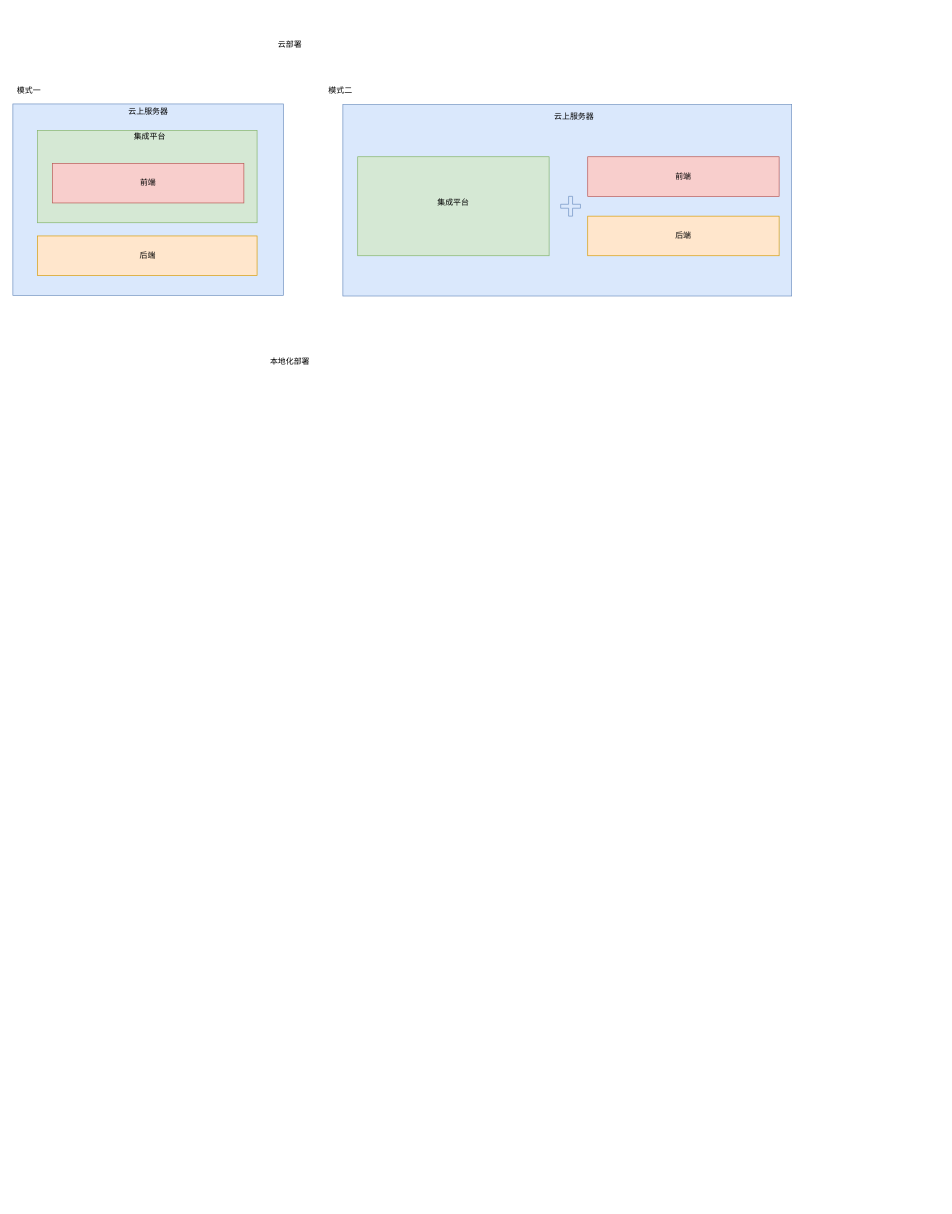
Before: 集成平台部署模式.drawio in meterXu/drawiofile, a draw.io diagram. Source tidied: cells renumbered, new cells numbered last; positions are measured from the earlier drawing's top-left corner, leaving out a move shared by most shapes. Both pictures are drawn from the tidied source at 66%, with x=0, y=0 at pixel (11, 38).
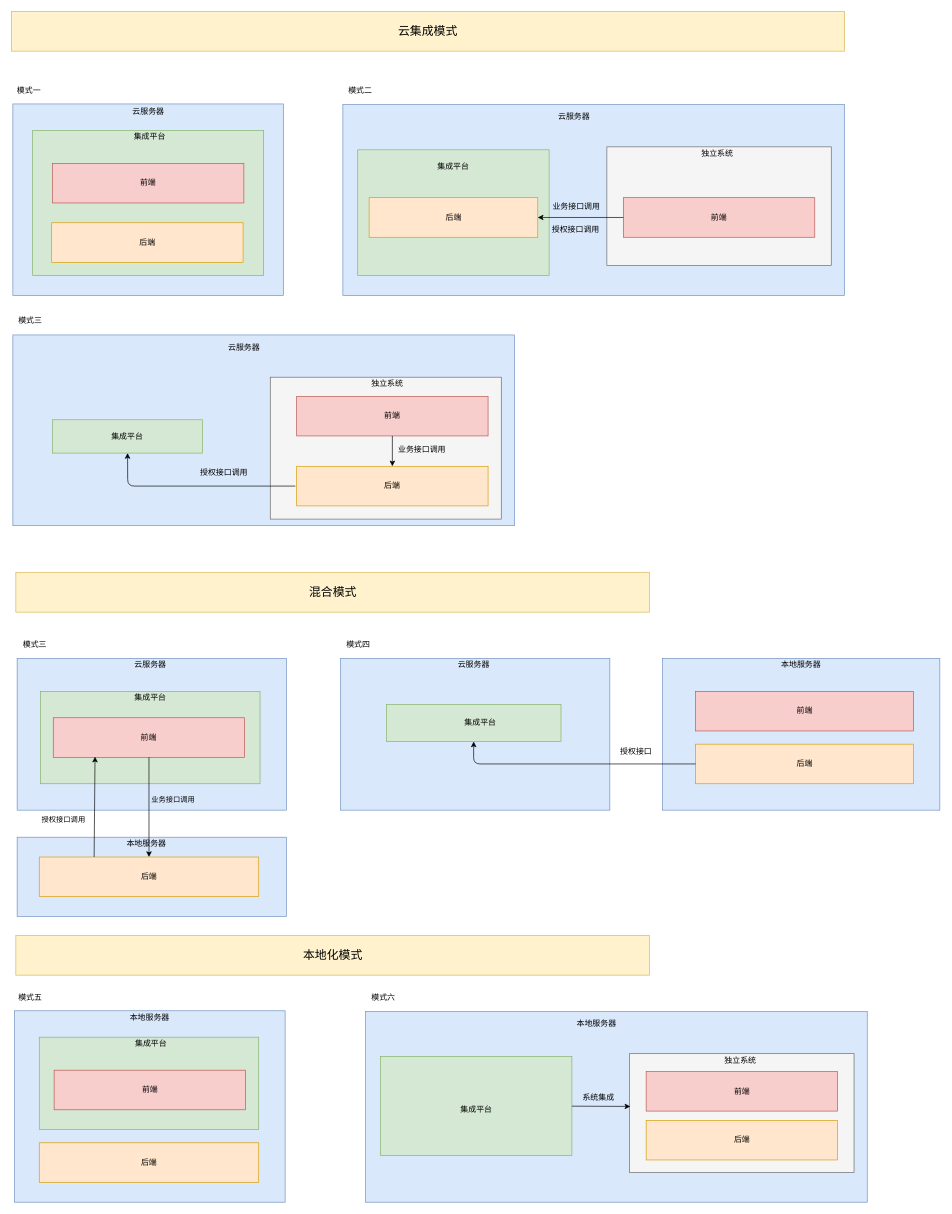
After the change.

Commit message:
更新集成平台部署模式.drawio

Diff of the diagram source:
```diff
@@
     <mxCell id="2" style="rounded=0;whiteSpace=wrap;html=1;fillColor=#dae8fc;strokeColor=#6c8ebf;" parent="1" vertex="1">
-      <mxGeometry x="502" y="101" width="680" height="290" as="geometry" />
+      <mxGeometry x="502" y="101" width="760" height="289" as="geometry" />
     </mxCell>
@@
-    <mxCell id="5" value="云上服务器" style="text;html=1;strokeColor=none;fillColor=none;align=center;verticalAlign=middle;whiteSpace=wrap;rounded=0;" parent="1" vertex="1">
+    <mxCell id="5" value="云服务器" style="text;html=1;strokeColor=none;fillColor=none;align=center;verticalAlign=middle;whiteSpace=wrap;rounded=0;" parent="1" vertex="1">
       <mxGeometry x="169.5" y="101" width="75" height="20" as="geometry" />
     </mxCell>
     <mxCell id="6" style="rounded=0;whiteSpace=wrap;html=1;fillColor=#d5e8d4;strokeColor=#82b366;" parent="1" vertex="1">
-      <mxGeometry x="39.5" y="140" width="332.5" height="140" as="geometry" />
+      <mxGeometry x="32" y="140" width="350" height="220" as="geometry" />
     </mxCell>
@@
     <mxCell id="9" value="后端" style="rounded=0;whiteSpace=wrap;html=1;fillColor=#ffe6cc;strokeColor=#d79b00;" parent="1" vertex="1">
-      <mxGeometry x="39.5" y="300" width="332.5" height="60" as="geometry" />
+      <mxGeometry x="60.8" y="280" width="290" height="60" as="geometry" />
     </mxCell>
     <mxCell id="10" value="模式二" style="text;html=1;strokeColor=none;fillColor=none;align=center;verticalAlign=middle;whiteSpace=wrap;rounded=0;" parent="1" vertex="1">
-      <mxGeometry x="472" y="70" width="52.5" height="20" as="geometry" />
+      <mxGeometry x="502" y="70" width="52.5" height="20" as="geometry" />
     </mxCell>
-    <mxCell id="11" style="shape=cross;whiteSpace=wrap;html=1;fontFamily=Helvetica;fontSize=12;fontColor=#000000;align=center;strokeColor=#6c8ebf;fillColor=#dae8fc;" parent="1" vertex="1">
-      <mxGeometry x="832" y="240" width="30" height="30" as="geometry" />
-    </mxCell>
-    <mxCell id="12" value="云上服务器" style="text;html=1;strokeColor=none;fillColor=none;align=center;verticalAlign=middle;whiteSpace=wrap;rounded=0;" parent="1" vertex="1">
+    <mxCell id="12" value="云服务器" style="text;html=1;strokeColor=none;fillColor=none;align=center;verticalAlign=middle;whiteSpace=wrap;rounded=0;" parent="1" vertex="1">
       <mxGeometry x="814.5" y="110" width="75" height="20" as="geometry" />
     </mxCell>
     <mxCell id="13" style="rounded=0;whiteSpace=wrap;html=1;fillColor=#d5e8d4;strokeColor=#82b366;" parent="1" vertex="1">
-      <mxGeometry x="524.5" y="180" width="290" height="150" as="geometry" />
+      <mxGeometry x="524.5" y="169.5" width="290" height="190.5" as="geometry" />
     </mxCell>
     <mxCell id="14" value="集成平台" style="text;html=1;strokeColor=none;fillColor=none;align=center;verticalAlign=middle;whiteSpace=wrap;rounded=0;" parent="1" vertex="1">
-      <mxGeometry x="632" y="240" width="75" height="20" as="geometry" />
+      <mxGeometry x="632" y="185" width="75" height="20" as="geometry" />
     </mxCell>
+    <mxCell id="19" style="rounded=0;whiteSpace=wrap;html=1;fillColor=#f5f5f5;strokeColor=#666666;fontColor=#333333;" parent="1" vertex="1">
+      <mxGeometry x="902" y="165" width="340" height="180" as="geometry" />
+    </mxCell>
     <mxCell id="15" value="前端" style="rounded=0;whiteSpace=wrap;html=1;fillColor=#f8cecc;strokeColor=#b85450;" parent="1" vertex="1">
-      <mxGeometry x="873" y="180" width="290" height="60" as="geometry" />
+      <mxGeometry x="927" y="242" width="290" height="60" as="geometry" />
     </mxCell>
     <mxCell id="16" value="后端" style="rounded=0;whiteSpace=wrap;html=1;fillColor=#ffe6cc;strokeColor=#d79b00;" parent="1" vertex="1">
-      <mxGeometry x="873" y="270" width="290" height="60" as="geometry" />
+      <mxGeometry x="541.8" y="242" width="255.5" height="60" as="geometry" />
     </mxCell>
-    <mxCell id="17" value="云部署" style="text;html=1;strokeColor=none;fillColor=none;align=center;verticalAlign=middle;whiteSpace=wrap;rounded=0;" parent="1" vertex="1">
-      <mxGeometry x="272" width="300" height="20" as="geometry" />
-    </mxCell>
-    <mxCell id="18" value="本地化部署" style="text;html=1;strokeColor=none;fillColor=none;align=center;verticalAlign=middle;whiteSpace=wrap;rounded=0;" parent="1" vertex="1">
-      <mxGeometry x="272" y="480" width="300" height="20" as="geometry" />
-    </mxCell>
+    <mxCell id="20" value="独立系统" style="text;html=1;strokeColor=none;fillColor=none;align=center;verticalAlign=middle;whiteSpace=wrap;rounded=0;" parent="1" vertex="1">
+      <mxGeometry x="1032" y="165" width="75" height="20" as="geometry" />
+    </mxCell>
+    <mxCell id="21" style="endArrow=classic;html=1;entryX=1;entryY=0.5;entryDx=0;entryDy=0;exitX=0;exitY=0.5;exitDx=0;exitDy=0;" parent="1" edge="1" source="15" target="16">
+      <mxGeometry relative="1" as="geometry" />
+    </mxCell>
+    <mxCell id="22" style="rounded=0;whiteSpace=wrap;html=1;fillColor=#dae8fc;strokeColor=#6c8ebf;" parent="1" vertex="1">
+      <mxGeometry x="8.5" y="940" width="408" height="230" as="geometry" />
+    </mxCell>
+    <mxCell id="23" value="&lt;font style=&quot;font-size: 18px&quot;&gt;云集成模式&lt;/font&gt;" style="rounded=0;whiteSpace=wrap;html=1;fillColor=#fff2cc;strokeColor=#d6b656;" parent="1" vertex="1">
+      <mxGeometry y="-40" width="1262" height="60" as="geometry" />
+    </mxCell>
+    <mxCell id="24" value="&lt;font style=&quot;font-size: 18px&quot;&gt;混合模式&lt;/font&gt;" style="rounded=0;whiteSpace=wrap;html=1;fillColor=#fff2cc;strokeColor=#d6b656;" parent="1" vertex="1">
+      <mxGeometry x="6.5" y="810" width="960" height="60" as="geometry" />
+    </mxCell>
+    <mxCell id="25" value="模式三" style="text;html=1;strokeColor=none;fillColor=none;align=center;verticalAlign=middle;whiteSpace=wrap;rounded=0;" parent="1" vertex="1">
+      <mxGeometry x="8.5" y="910" width="52.5" height="20" as="geometry" />
+    </mxCell>
+    <mxCell id="26" style="rounded=0;whiteSpace=wrap;html=1;fillColor=#d5e8d4;strokeColor=#82b366;" parent="1" vertex="1">
+      <mxGeometry x="44" y="990" width="332.5" height="140" as="geometry" />
+    </mxCell>
+    <mxCell id="27" value="前端" style="rounded=0;whiteSpace=wrap;html=1;fillColor=#f8cecc;strokeColor=#b85450;" parent="1" vertex="1">
+      <mxGeometry x="63.2" y="1030" width="290" height="60" as="geometry" />
+    </mxCell>
+    <mxCell id="28" value="云服务器" style="text;html=1;strokeColor=none;fillColor=none;align=center;verticalAlign=middle;whiteSpace=wrap;rounded=0;" parent="1" vertex="1">
+      <mxGeometry x="172.8" y="940" width="75" height="20" as="geometry" />
+    </mxCell>
+    <mxCell id="29" value="集成平台" style="text;html=1;strokeColor=none;fillColor=none;align=center;verticalAlign=middle;whiteSpace=wrap;rounded=0;" parent="1" vertex="1">
+      <mxGeometry x="172.8" y="990" width="75" height="20" as="geometry" />
+    </mxCell>
+    <mxCell id="30" style="rounded=0;whiteSpace=wrap;html=1;fillColor=#dae8fc;strokeColor=#6c8ebf;" parent="1" vertex="1">
+      <mxGeometry x="8.5" y="1211" width="408" height="120" as="geometry" />
+    </mxCell>
+    <mxCell id="31" value="后端" style="rounded=0;whiteSpace=wrap;html=1;fillColor=#ffe6cc;strokeColor=#d79b00;" parent="1" vertex="1">
+      <mxGeometry x="42" y="1241" width="332.5" height="60" as="geometry" />
+    </mxCell>
+    <mxCell id="32" value="本地服务器" style="text;html=1;strokeColor=none;fillColor=none;align=center;verticalAlign=middle;whiteSpace=wrap;rounded=0;" parent="1" vertex="1">
+      <mxGeometry x="166.5" y="1211" width="75" height="20" as="geometry" />
+    </mxCell>
+    <mxCell id="33" style="endArrow=classic;html=1;exitX=0.5;exitY=1;exitDx=0;exitDy=0;entryX=0.5;entryY=0;entryDx=0;entryDy=0;" parent="1" edge="1" source="27" target="31">
+      <mxGeometry relative="1" as="geometry" />
+    </mxCell>
+    <mxCell id="34" style="rounded=0;whiteSpace=wrap;html=1;fillColor=#dae8fc;strokeColor=#6c8ebf;" parent="1" vertex="1">
+      <mxGeometry x="498.5" y="940" width="408" height="230" as="geometry" />
+    </mxCell>
+    <mxCell id="35" value="模式四" style="text;html=1;strokeColor=none;fillColor=none;align=center;verticalAlign=middle;whiteSpace=wrap;rounded=0;" parent="1" vertex="1">
+      <mxGeometry x="498.5" y="910" width="52.5" height="20" as="geometry" />
+    </mxCell>
+    <mxCell id="36" style="rounded=0;whiteSpace=wrap;html=1;fillColor=#d5e8d4;strokeColor=#82b366;" parent="1" vertex="1">
+      <mxGeometry x="568" y="1010" width="264.5" height="56" as="geometry" />
+    </mxCell>
+    <mxCell id="37" value="云服务器" style="text;html=1;strokeColor=none;fillColor=none;align=center;verticalAlign=middle;whiteSpace=wrap;rounded=0;" parent="1" vertex="1">
+      <mxGeometry x="662.8" y="940" width="75" height="20" as="geometry" />
+    </mxCell>
+    <mxCell id="38" value="集成平台" style="text;html=1;strokeColor=none;fillColor=none;align=center;verticalAlign=middle;whiteSpace=wrap;rounded=0;" parent="1" vertex="1">
+      <mxGeometry x="673" y="1028" width="75" height="20" as="geometry" />
+    </mxCell>
+    <mxCell id="39" style="rounded=0;whiteSpace=wrap;html=1;fillColor=#dae8fc;strokeColor=#6c8ebf;" parent="1" vertex="1">
+      <mxGeometry x="986.5" y="940" width="420" height="230" as="geometry" />
+    </mxCell>
+    <mxCell id="40" value="后端" style="rounded=0;whiteSpace=wrap;html=1;fillColor=#ffe6cc;strokeColor=#d79b00;" parent="1" vertex="1">
+      <mxGeometry x="1036.5" y="1070" width="330" height="60" as="geometry" />
+    </mxCell>
+    <mxCell id="41" value="本地服务器" style="text;html=1;strokeColor=none;fillColor=none;align=center;verticalAlign=middle;whiteSpace=wrap;rounded=0;" parent="1" vertex="1">
+      <mxGeometry x="1159" y="940" width="75" height="20" as="geometry" />
+    </mxCell>
+    <mxCell id="42" value="前端" style="rounded=0;whiteSpace=wrap;html=1;fillColor=#f8cecc;strokeColor=#b85450;" parent="1" vertex="1">
+      <mxGeometry x="1036.5" y="990" width="330" height="60" as="geometry" />
+    </mxCell>
+    <mxCell id="43" value="授权接口" style="text;html=1;strokeColor=none;fillColor=none;align=center;verticalAlign=middle;whiteSpace=wrap;rounded=0;" parent="1" vertex="1">
+      <mxGeometry x="916" y="1072" width="61" height="20" as="geometry" />
+    </mxCell>
+    <mxCell id="44" value="&lt;font style=&quot;font-size: 18px&quot;&gt;本地化模式&lt;/font&gt;" style="rounded=0;whiteSpace=wrap;html=1;fillColor=#fff2cc;strokeColor=#d6b656;" parent="1" vertex="1">
+      <mxGeometry x="6.5" y="1360" width="960" height="60" as="geometry" />
+    </mxCell>
+    <mxCell id="45" value="模式五" style="text;html=1;strokeColor=none;fillColor=none;align=center;verticalAlign=middle;whiteSpace=wrap;rounded=0;" parent="1" vertex="1">
+      <mxGeometry x="2" y="1444" width="52.5" height="20" as="geometry" />
+    </mxCell>
+    <mxCell id="46" style="rounded=0;whiteSpace=wrap;html=1;fillColor=#dae8fc;strokeColor=#6c8ebf;" parent="1" vertex="1">
+      <mxGeometry x="4.5" y="1474" width="410" height="290" as="geometry" />
+    </mxCell>
+    <mxCell id="47" value="本地服务器" style="text;html=1;strokeColor=none;fillColor=none;align=center;verticalAlign=middle;whiteSpace=wrap;rounded=0;" parent="1" vertex="1">
+      <mxGeometry x="172" y="1475" width="75" height="20" as="geometry" />
+    </mxCell>
+    <mxCell id="48" style="rounded=0;whiteSpace=wrap;html=1;fillColor=#d5e8d4;strokeColor=#82b366;" parent="1" vertex="1">
+      <mxGeometry x="42" y="1514" width="332.5" height="140" as="geometry" />
+    </mxCell>
+    <mxCell id="49" value="集成平台" style="text;html=1;strokeColor=none;fillColor=none;align=center;verticalAlign=middle;whiteSpace=wrap;rounded=0;" parent="1" vertex="1">
+      <mxGeometry x="174" y="1514" width="75" height="20" as="geometry" />
+    </mxCell>
+    <mxCell id="50" value="前端" style="rounded=0;whiteSpace=wrap;html=1;fillColor=#f8cecc;strokeColor=#b85450;" parent="1" vertex="1">
+      <mxGeometry x="64.5" y="1564" width="290" height="60" as="geometry" />
+    </mxCell>
+    <mxCell id="51" value="后端" style="rounded=0;whiteSpace=wrap;html=1;fillColor=#ffe6cc;strokeColor=#d79b00;" parent="1" vertex="1">
+      <mxGeometry x="42" y="1674" width="332.5" height="60" as="geometry" />
+    </mxCell>
+    <mxCell id="52" style="rounded=0;whiteSpace=wrap;html=1;fillColor=#dae8fc;strokeColor=#6c8ebf;" parent="1" vertex="1">
+      <mxGeometry x="536.5" y="1475" width="760" height="289" as="geometry" />
+    </mxCell>
+    <mxCell id="53" value="模式六" style="text;html=1;strokeColor=none;fillColor=none;align=center;verticalAlign=middle;whiteSpace=wrap;rounded=0;" parent="1" vertex="1">
+      <mxGeometry x="536.5" y="1444" width="52.5" height="20" as="geometry" />
+    </mxCell>
+    <mxCell id="54" value="本地服务器" style="text;html=1;strokeColor=none;fillColor=none;align=center;verticalAlign=middle;whiteSpace=wrap;rounded=0;" parent="1" vertex="1">
+      <mxGeometry x="849" y="1484" width="75" height="20" as="geometry" />
+    </mxCell>
+    <mxCell id="55" style="rounded=0;whiteSpace=wrap;html=1;fillColor=#d5e8d4;strokeColor=#82b366;" parent="1" vertex="1">
+      <mxGeometry x="559" y="1543.5" width="290" height="150" as="geometry" />
+    </mxCell>
+    <mxCell id="56" value="集成平台" style="text;html=1;strokeColor=none;fillColor=none;align=center;verticalAlign=middle;whiteSpace=wrap;rounded=0;" parent="1" vertex="1">
+      <mxGeometry x="666.5" y="1614" width="75" height="20" as="geometry" />
+    </mxCell>
+    <mxCell id="57" style="rounded=0;whiteSpace=wrap;html=1;fillColor=#f5f5f5;strokeColor=#666666;fontColor=#333333;" parent="1" vertex="1">
+      <mxGeometry x="936.5" y="1539" width="340" height="180" as="geometry" />
+    </mxCell>
+    <mxCell id="58" value="前端" style="rounded=0;whiteSpace=wrap;html=1;fillColor=#f8cecc;strokeColor=#b85450;" parent="1" vertex="1">
+      <mxGeometry x="961.5" y="1566" width="290" height="60" as="geometry" />
+    </mxCell>
+    <mxCell id="59" value="后端" style="rounded=0;whiteSpace=wrap;html=1;fillColor=#ffe6cc;strokeColor=#d79b00;" parent="1" vertex="1">
+      <mxGeometry x="961.5" y="1640" width="290" height="60" as="geometry" />
+    </mxCell>
+    <mxCell id="60" value="独立系统" style="text;html=1;strokeColor=none;fillColor=none;align=center;verticalAlign=middle;whiteSpace=wrap;rounded=0;" parent="1" vertex="1">
+      <mxGeometry x="1066.5" y="1539" width="75" height="20" as="geometry" />
+    </mxCell>
+    <mxCell id="61" style="endArrow=classic;html=1;entryX=0.003;entryY=0.444;entryDx=0;entryDy=0;entryPerimeter=0;exitX=1;exitY=0.5;exitDx=0;exitDy=0;" parent="1" edge="1" source="55" target="57">
+      <mxGeometry relative="1" as="geometry" />
+    </mxCell>
+    <mxCell id="62" value="系统集成" style="text;html=1;strokeColor=none;fillColor=none;align=center;verticalAlign=middle;whiteSpace=wrap;rounded=0;" parent="1" vertex="1">
+      <mxGeometry x="859" y="1596" width="61" height="20" as="geometry" />
+    </mxCell>
+    <mxCell id="63" value="&lt;span style=&quot;color: rgb(0 , 0 , 0) ; font-family: &amp;#34;helvetica&amp;#34; ; font-size: 11px ; font-style: normal ; font-weight: 400 ; letter-spacing: normal ; text-align: center ; text-indent: 0px ; text-transform: none ; word-spacing: 0px ; display: inline ; float: none&quot;&gt;业务接口&lt;/span&gt;&lt;span style=&quot;font-family: &amp;#34;helvetica&amp;#34; ; font-size: 11px ; text-align: center&quot;&gt;调用&lt;/span&gt;" style="text;whiteSpace=wrap;html=1;" parent="1" vertex="1">
+      <mxGeometry x="209.5" y="1140" width="97" height="30" as="geometry" />
+    </mxCell>
+    <mxCell id="64" style="endArrow=classic;html=1;exitX=0.25;exitY=0;exitDx=0;exitDy=0;" parent="1" edge="1" source="31">
+      <mxGeometry relative="1" as="geometry">
+        <mxPoint x="126.5" y="1089" as="targetPoint" />
+      </mxGeometry>
+    </mxCell>
+    <mxCell id="65" value="&lt;span style=&quot;color: rgb(0 , 0 , 0) ; font-family: &amp;#34;helvetica&amp;#34; ; font-size: 11px ; font-style: normal ; font-weight: 400 ; letter-spacing: normal ; text-align: center ; text-indent: 0px ; text-transform: none ; word-spacing: 0px ; display: inline ; float: none&quot;&gt;授权接口调用&lt;/span&gt;" style="text;whiteSpace=wrap;html=1;" parent="1" vertex="1">
+      <mxGeometry x="44" y="1170" width="82" height="30" as="geometry" />
+    </mxCell>
+    <mxCell id="66" value="业务接口调用" style="text;html=1;strokeColor=none;fillColor=none;align=center;verticalAlign=middle;whiteSpace=wrap;rounded=0;" parent="1" vertex="1">
+      <mxGeometry x="772" y="245" width="167.5" height="20" as="geometry" />
+    </mxCell>
+    <mxCell id="67" style="rounded=0;whiteSpace=wrap;html=1;fillColor=#dae8fc;strokeColor=#6c8ebf;" parent="1" vertex="1">
+      <mxGeometry x="2" y="450" width="760" height="289" as="geometry" />
+    </mxCell>
+    <mxCell id="68" value="模式三" style="text;html=1;strokeColor=none;fillColor=none;align=center;verticalAlign=middle;whiteSpace=wrap;rounded=0;" parent="1" vertex="1">
+      <mxGeometry x="2" y="419" width="52.5" height="20" as="geometry" />
+    </mxCell>
+    <mxCell id="69" value="云服务器" style="text;html=1;strokeColor=none;fillColor=none;align=center;verticalAlign=middle;whiteSpace=wrap;rounded=0;" parent="1" vertex="1">
+      <mxGeometry x="314.5" y="459" width="75" height="20" as="geometry" />
+    </mxCell>
+    <mxCell id="70" style="rounded=0;whiteSpace=wrap;html=1;fillColor=#d5e8d4;strokeColor=#82b366;" parent="1" vertex="1">
+      <mxGeometry x="62" y="578.5" width="227.5" height="50.5" as="geometry" />
+    </mxCell>
+    <mxCell id="71" value="集成平台" style="text;html=1;strokeColor=none;fillColor=none;align=center;verticalAlign=middle;whiteSpace=wrap;rounded=0;" parent="1" vertex="1">
+      <mxGeometry x="138.2" y="593.8" width="75" height="20" as="geometry" />
+    </mxCell>
+    <mxCell id="72" style="rounded=0;whiteSpace=wrap;html=1;fillColor=#f5f5f5;strokeColor=#666666;fontColor=#333333;" parent="1" vertex="1">
+      <mxGeometry x="392" y="514" width="350" height="215" as="geometry" />
+    </mxCell>
+    <mxCell id="73" value="前端" style="rounded=0;whiteSpace=wrap;html=1;fillColor=#f8cecc;strokeColor=#b85450;" parent="1" vertex="1">
+      <mxGeometry x="432" y="543" width="290" height="60" as="geometry" />
+    </mxCell>
+    <mxCell id="74" value="独立系统" style="text;html=1;strokeColor=none;fillColor=none;align=center;verticalAlign=middle;whiteSpace=wrap;rounded=0;" parent="1" vertex="1">
+      <mxGeometry x="532" y="514" width="75" height="20" as="geometry" />
+    </mxCell>
+    <mxCell id="75" value="后端" style="rounded=0;whiteSpace=wrap;html=1;fillColor=#ffe6cc;strokeColor=#d79b00;" parent="1" vertex="1">
+      <mxGeometry x="432" y="649" width="290" height="60" as="geometry" />
+    </mxCell>
+    <mxCell id="76" style="endArrow=classic;html=1;entryX=0.5;entryY=0;entryDx=0;entryDy=0;exitX=0.5;exitY=1;exitDx=0;exitDy=0;" parent="1" edge="1" source="73" target="75">
+      <mxGeometry relative="1" as="geometry" />
+    </mxCell>
+    <mxCell id="77" style="endArrow=classic;html=1;entryX=0.5;entryY=1;entryDx=0;entryDy=0;" parent="1" edge="1" target="70">
+      <mxGeometry relative="1" as="geometry">
+        <mxPoint x="430" y="679" as="sourcePoint" />
+        <Array as="points">
+          <mxPoint x="176" y="679" />
+        </Array>
+      </mxGeometry>
+    </mxCell>
+    <mxCell id="78" value="授权接口调用" style="text;html=1;strokeColor=none;fillColor=none;align=center;verticalAlign=middle;whiteSpace=wrap;rounded=0;" parent="1" vertex="1">
+      <mxGeometry x="282" y="649" width="80" height="20" as="geometry" />
+    </mxCell>
+    <mxCell id="79" value="授权接口调用" style="text;html=1;strokeColor=none;fillColor=none;align=center;verticalAlign=middle;whiteSpace=wrap;rounded=0;" parent="1" vertex="1">
+      <mxGeometry x="814.5" y="280" width="80" height="20" as="geometry" />
+    </mxCell>
+    <mxCell id="80" value="业务接口调用" style="text;html=1;strokeColor=none;fillColor=none;align=center;verticalAlign=middle;whiteSpace=wrap;rounded=0;" parent="1" vertex="1">
+      <mxGeometry x="582" y="614" width="80" height="20" as="geometry" />
+    </mxCell>
+    <mxCell id="81" style="endArrow=classic;html=1;exitX=0;exitY=0.5;exitDx=0;exitDy=0;entryX=0.5;entryY=1;entryDx=0;entryDy=0;" parent="1" edge="1" source="40" target="36">
+      <mxGeometry relative="1" as="geometry">
+        <Array as="points">
+          <mxPoint x="700" y="1100" />
+        </Array>
+      </mxGeometry>
+    </mxCell>
```
